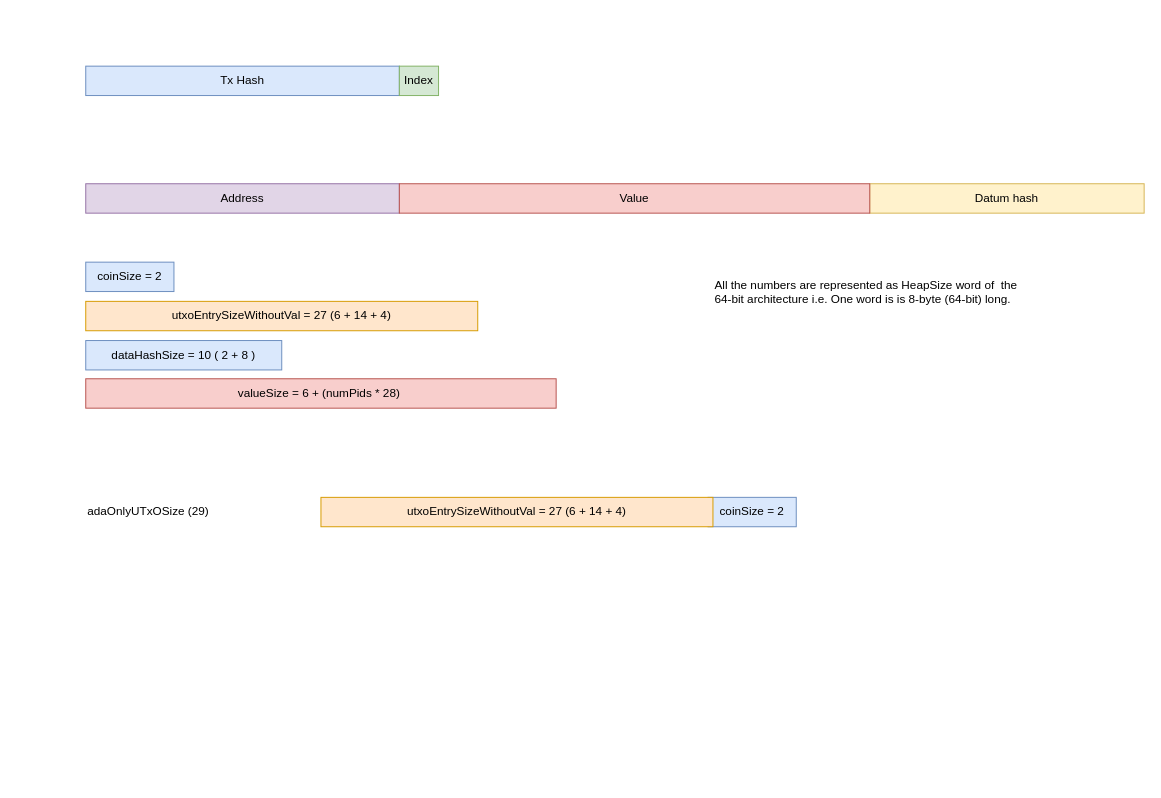
ilap/ShelleyStuffs keeps this draw.io diagram as diagrams/minUTXO.drawio. Above is the earlier version. Source tidied: cells renumbered, new cells numbered last; positions are measured from the earlier drawing's top-left corner, leaving out a move shared by most shapes. Both pictures are drawn from the tidied source at 98%, with x=0, y=0 at pixel (85, 66).
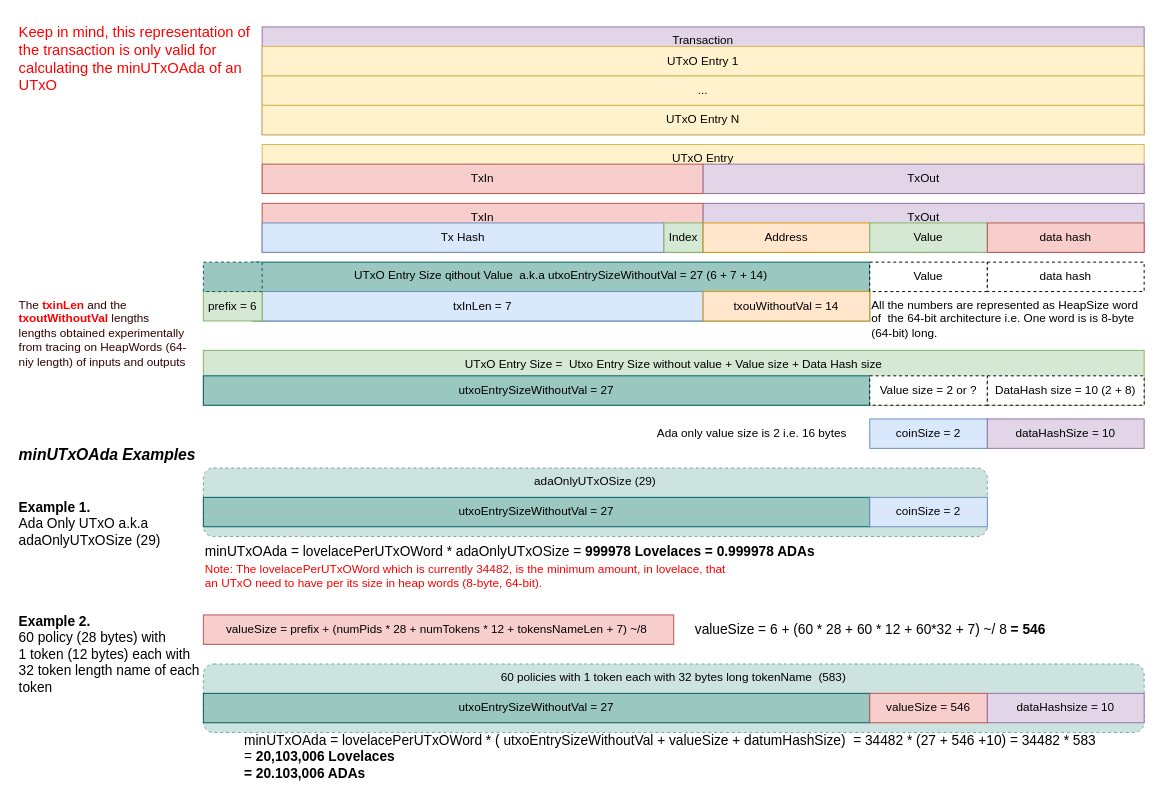
The same page after the edit.

What changed in the source:
```diff
@@
-    <mxCell id="2" value="Tx Hash" style="rounded=0;whiteSpace=wrap;html=1;fillColor=#dae8fc;strokeColor=#6c8ebf;align=center;" parent="1" vertex="1">
-      <mxGeometry width="320" height="30" as="geometry" />
-    </mxCell>
-    <mxCell id="3" value="Index" style="rounded=0;whiteSpace=wrap;html=1;fillColor=#d5e8d4;strokeColor=#82b366;align=center;" parent="1" vertex="1">
-      <mxGeometry x="320" width="40" height="30" as="geometry" />
-    </mxCell>
+    <mxCell id="15" value="60 policies with 1 token each with 32 bytes long tokenName&amp;nbsp; (583)" style="rounded=1;whiteSpace=wrap;html=1;align=center;verticalAlign=top;fillColor=#9AC7BF;strokeColor=#005E5E;opacity=50;dashed=1;" parent="1" vertex="1">
+      <mxGeometry x="120" y="610" width="960" height="70" as="geometry" />
+    </mxCell>
+    <mxCell id="16" value="adaOnlyUTxOSize (29)" style="rounded=1;whiteSpace=wrap;html=1;align=center;verticalAlign=top;fillColor=#9AC7BF;strokeColor=#005E5E;opacity=50;dashed=1;" parent="1" vertex="1">
+      <mxGeometry x="120" y="410" width="800" height="70" as="geometry" />
+    </mxCell>
+    <mxCell id="17" value="UTxO Entry Size =&amp;nbsp; Utxo Entry Size without value + Value size + Data Hash size" style="rounded=0;whiteSpace=wrap;html=1;align=center;verticalAlign=top;fillColor=#d5e8d4;strokeColor=#82b366;" parent="1" vertex="1">
+      <mxGeometry x="120" y="290" width="960" height="56" as="geometry" />
+    </mxCell>
+    <mxCell id="18" value="UTxO Entry" style="rounded=0;whiteSpace=wrap;html=1;fillColor=#fff2cc;strokeColor=#d6b656;align=center;verticalAlign=top;" parent="1" vertex="1">
+      <mxGeometry x="180" y="80" width="900" height="50" as="geometry" />
+    </mxCell>
-    <mxCell id="4" value="Address" style="rounded=0;whiteSpace=wrap;html=1;fillColor=#e1d5e7;strokeColor=#9673a6;align=center;" parent="1" vertex="1">
-      <mxGeometry y="120" width="320" height="30" as="geometry" />
+    <mxCell id="4" value="Transaction" style="rounded=0;whiteSpace=wrap;html=1;fillColor=#e1d5e7;strokeColor=#9673a6;align=center;verticalAlign=top;" parent="1" vertex="1">
+      <mxGeometry x="180" y="-40" width="900" height="110" as="geometry" />
     </mxCell>
-    <mxCell id="5" value="Datum hash" style="rounded=0;whiteSpace=wrap;html=1;fillColor=#fff2cc;strokeColor=#d6b656;align=center;" parent="1" vertex="1">
-      <mxGeometry x="800" y="120" width="280" height="30" as="geometry" />
+    <mxCell id="5" value="UTxO Entry 1" style="rounded=0;whiteSpace=wrap;html=1;fillColor=#fff2cc;strokeColor=#d6b656;align=center;" parent="1" vertex="1">
+      <mxGeometry x="180" y="-20" width="900" height="30" as="geometry" />
     </mxCell>
-    <mxCell id="6" value="Value" style="rounded=0;whiteSpace=wrap;html=1;fillColor=#f8cecc;strokeColor=#b85450;align=center;" parent="1" vertex="1">
-      <mxGeometry x="320" y="120" width="480" height="30" as="geometry" />
+    <mxCell id="6" value="TxIn" style="rounded=0;whiteSpace=wrap;html=1;fillColor=#f8cecc;strokeColor=#b85450;align=center;" parent="1" vertex="1">
+      <mxGeometry x="180" y="100" width="450" height="30" as="geometry" />
     </mxCell>
-    <mxCell id="7" value="utxoEntrySizeWithoutVal = 27 (6 + 14 + 4)" style="rounded=0;whiteSpace=wrap;html=1;fillColor=#ffe6cc;strokeColor=#d79b00;align=center;" parent="1" vertex="1">
-      <mxGeometry y="240" width="400" height="30" as="geometry" />
-    </mxCell>
-    <mxCell id="8" value="valueSize = 6 + (numPids * 28)&amp;nbsp;" style="rounded=0;whiteSpace=wrap;html=1;fillColor=#f8cecc;strokeColor=#b85450;align=center;" parent="1" vertex="1">
-      <mxGeometry y="319" width="480" height="30" as="geometry" />
+    <mxCell id="8" value="valueSize = prefix + (numPids * 28 + numTokens * 12 + tokensNameLen + 7) ~/8&amp;nbsp;" style="rounded=0;whiteSpace=wrap;html=1;fillColor=#f8cecc;strokeColor=#b85450;align=center;" parent="1" vertex="1">
+      <mxGeometry x="120" y="560" width="480" height="30" as="geometry" />
     </mxCell>
     <mxCell id="9" value="coinSize = 2" style="rounded=0;whiteSpace=wrap;html=1;fillColor=#dae8fc;strokeColor=#6c8ebf;align=center;" parent="1" vertex="1">
-      <mxGeometry y="200" width="90" height="30" as="geometry" />
+      <mxGeometry x="800" y="360" width="120" height="30" as="geometry" />
     </mxCell>
-    <mxCell id="10" value="dataHashSize = 10 ( 2 + 8 )" style="rounded=0;whiteSpace=wrap;html=1;fillColor=#dae8fc;strokeColor=#6c8ebf;align=center;" parent="1" vertex="1">
-      <mxGeometry y="280" width="200" height="30" as="geometry" />
+    <mxCell id="10" value="dataHashSize = 10" style="rounded=0;whiteSpace=wrap;html=1;fillColor=#e1d5e7;strokeColor=#9673a6;align=center;" parent="1" vertex="1">
+      <mxGeometry x="920" y="360" width="160" height="30" as="geometry" />
     </mxCell>
-    <mxCell id="11" value="adaOnlyUTxOSize (29)" style="text;whiteSpace=wrap;html=1;" parent="1" vertex="1">
-      <mxGeometry y="440" width="150" height="30" as="geometry" />
+    <mxCell id="11" value="Example 1. &lt;br&gt;&lt;span style=&quot;font-weight: normal&quot;&gt;Ada Only UTxO a.k.a adaOnlyUTxOSize (29)&lt;/span&gt;" style="text;whiteSpace=wrap;html=1;fontSize=14;fontStyle=1;" parent="1" vertex="1">
+      <mxGeometry x="-70" y="435" width="190" height="85" as="geometry" />
     </mxCell>
+    <mxCell id="14" value="All the numbers are represented as HeapSize word of&amp;nbsp; the 64-bit architecture i.e. One word is is 8-byte (64-bit) long." style="text;whiteSpace=wrap;html=1;" parent="1" vertex="1">
+      <mxGeometry x="800" y="230" width="280" height="54" as="geometry" />
+    </mxCell>
+    <mxCell id="19" value="TxOut" style="rounded=0;whiteSpace=wrap;html=1;fillColor=#e1d5e7;strokeColor=#9673a6;align=center;" parent="1" vertex="1">
+      <mxGeometry x="630" y="100" width="450" height="30" as="geometry" />
+    </mxCell>
+    <mxCell id="20" value="..." style="rounded=0;whiteSpace=wrap;html=1;fillColor=#fff2cc;strokeColor=#d6b656;align=center;" parent="1" vertex="1">
+      <mxGeometry x="180" y="10" width="900" height="30" as="geometry" />
+    </mxCell>
+    <mxCell id="21" value="UTxO Entry N" style="rounded=0;whiteSpace=wrap;html=1;fillColor=#fff2cc;strokeColor=#d6b656;align=center;" parent="1" vertex="1">
+      <mxGeometry x="180" y="40" width="900" height="30" as="geometry" />
+    </mxCell>
+    <mxCell id="22" value="TxIn" style="rounded=0;whiteSpace=wrap;html=1;fillColor=#f8cecc;strokeColor=#b85450;align=center;verticalAlign=top;" parent="1" vertex="1">
+      <mxGeometry x="180" y="140" width="450" height="50" as="geometry" />
+    </mxCell>
+    <mxCell id="2" value="Tx Hash" style="rounded=0;whiteSpace=wrap;html=1;fillColor=#dae8fc;strokeColor=#6c8ebf;align=center;" parent="1" vertex="1">
+      <mxGeometry x="180" y="160" width="410" height="30" as="geometry" />
+    </mxCell>
+    <mxCell id="3" value="Index" style="rounded=0;whiteSpace=wrap;html=1;fillColor=#d5e8d4;strokeColor=#82b366;align=center;" parent="1" vertex="1">
+      <mxGeometry x="590" y="160" width="40" height="30" as="geometry" />
+    </mxCell>
+    <mxCell id="23" value="TxOut" style="rounded=0;whiteSpace=wrap;html=1;fillColor=#e1d5e7;strokeColor=#9673a6;align=center;verticalAlign=top;" parent="1" vertex="1">
+      <mxGeometry x="630" y="140" width="450" height="50" as="geometry" />
+    </mxCell>
+    <mxCell id="24" value="Address" style="rounded=0;whiteSpace=wrap;html=1;fillColor=#ffe6cc;strokeColor=#d79b00;align=center;" parent="1" vertex="1">
+      <mxGeometry x="630" y="160" width="170" height="30" as="geometry" />
+    </mxCell>
+    <mxCell id="25" value="Value" style="rounded=0;whiteSpace=wrap;html=1;fillColor=#d5e8d4;strokeColor=#82b366;align=center;" parent="1" vertex="1">
+      <mxGeometry x="800" y="160" width="120" height="30" as="geometry" />
+    </mxCell>
+    <mxCell id="26" value="data hash" style="rounded=0;whiteSpace=wrap;html=1;fillColor=#f8cecc;strokeColor=#b85450;align=center;" parent="1" vertex="1">
+      <mxGeometry x="920" y="160" width="160" height="30" as="geometry" />
+    </mxCell>
+    <mxCell id="27" value="UTxO Entry Size qithout Value&amp;nbsp; a.k.a utxoEntrySizeWithoutVal = 27 (6 + 7 + 14)" style="rounded=0;whiteSpace=wrap;html=1;align=center;verticalAlign=top;fillColor=#9AC7BF;strokeColor=#005E5E;" parent="1" vertex="1">
+      <mxGeometry x="170" y="200" width="630" height="60" as="geometry" />
+    </mxCell>
+    <mxCell id="28" value="txInLen = 7" style="rounded=0;whiteSpace=wrap;html=1;fillColor=#dae8fc;strokeColor=#6c8ebf;align=center;" parent="1" vertex="1">
+      <mxGeometry x="180" y="230" width="450" height="30" as="geometry" />
+    </mxCell>
+    <mxCell id="29" value="prefix = 6" style="rounded=0;whiteSpace=wrap;html=1;fillColor=#d5e8d4;strokeColor=#82b366;align=center;" parent="1" vertex="1">
+      <mxGeometry x="120" y="230" width="60" height="30" as="geometry" />
+    </mxCell>
+    <mxCell id="30" value="txouWithoutVal = 14" style="rounded=0;whiteSpace=wrap;html=1;fillColor=#ffe6cc;strokeColor=#d79b00;align=center;" parent="1" vertex="1">
+      <mxGeometry x="630" y="230" width="170" height="30" as="geometry" />
+    </mxCell>
+    <mxCell id="31" value="utxoEntrySizeWithoutVal = 27" style="rounded=0;whiteSpace=wrap;html=1;align=center;verticalAlign=middle;fillColor=#9AC7BF;strokeColor=#005E5E;" parent="1" vertex="1">
+      <mxGeometry x="120" y="316" width="680" height="30" as="geometry" />
+    </mxCell>
+    <mxCell id="32" value="Value" style="rounded=0;whiteSpace=wrap;html=1;align=center;dashed=1;" parent="1" vertex="1">
+      <mxGeometry x="800" y="200" width="120" height="30" as="geometry" />
+    </mxCell>
+    <mxCell id="33" value="data hash" style="rounded=0;whiteSpace=wrap;html=1;align=center;dashed=1;" parent="1" vertex="1">
+      <mxGeometry x="920" y="200" width="160" height="30" as="geometry" />
+    </mxCell>
+    <mxCell id="34" value="Value size = 2 or ?" style="rounded=0;whiteSpace=wrap;html=1;align=center;dashed=1;" parent="1" vertex="1">
+      <mxGeometry x="800" y="316" width="120" height="30" as="geometry" />
+    </mxCell>
+    <mxCell id="35" value="DataHash size = 10 (2 + 8)" style="rounded=0;whiteSpace=wrap;html=1;align=center;dashed=1;" parent="1" vertex="1">
+      <mxGeometry x="920" y="316" width="160" height="30" as="geometry" />
+    </mxCell>
+    <mxCell id="36" value="&lt;b style=&quot;font-size: 14px&quot;&gt;Example 2.&lt;/b&gt;&lt;br style=&quot;font-size: 14px&quot;&gt;60 policy (28 bytes) with&lt;br style=&quot;font-size: 14px&quot;&gt;&lt;div style=&quot;font-size: 14px&quot;&gt;&lt;span style=&quot;font-size: 14px&quot;&gt;1 token (12 bytes) each with&amp;nbsp;&lt;/span&gt;&lt;/div&gt;&lt;div style=&quot;font-size: 14px&quot;&gt;&lt;span style=&quot;font-size: 14px&quot;&gt;32 token length name of each token&lt;/span&gt;&lt;/div&gt;" style="text;html=1;strokeColor=none;fillColor=none;align=left;verticalAlign=middle;whiteSpace=wrap;rounded=0;dashed=1;fontSize=14;" parent="1" vertex="1">
+      <mxGeometry x="-70" y="550" width="190" height="100" as="geometry" />
+    </mxCell>
+    <mxCell id="37" style="rounded=0;whiteSpace=wrap;html=1;align=center;verticalAlign=top;fillColor=#9AC7BF;strokeColor=#005E5E;dashed=1;" parent="1" vertex="1">
+      <mxGeometry x="120" y="200" width="60" height="30" as="geometry" />
+    </mxCell>
+    <mxCell id="38" value="utxoEntrySizeWithoutVal = 27" style="rounded=0;whiteSpace=wrap;html=1;align=center;verticalAlign=middle;fillColor=#9AC7BF;strokeColor=#005E5E;" parent="1" vertex="1">
+      <mxGeometry x="120" y="440" width="680" height="30" as="geometry" />
+    </mxCell>
     <mxCell id="12" value="coinSize = 2" style="rounded=0;whiteSpace=wrap;html=1;fillColor=#dae8fc;strokeColor=#6c8ebf;align=center;" parent="1" vertex="1">
-      <mxGeometry x="635" y="440" width="90" height="30" as="geometry" />
+      <mxGeometry x="800" y="440" width="120" height="30" as="geometry" />
     </mxCell>
-    <mxCell id="13" value="utxoEntrySizeWithoutVal = 27 (6 + 14 + 4)" style="rounded=0;whiteSpace=wrap;html=1;fillColor=#ffe6cc;strokeColor=#d79b00;align=center;" parent="1" vertex="1">
-      <mxGeometry x="240" y="440" width="400" height="30" as="geometry" />
-    </mxCell>
-    <mxCell id="14" value="All the numbers are represented as HeapSize word of&amp;nbsp; the 64-bit architecture i.e. One word is is 8-byte (64-bit) long." style="text;whiteSpace=wrap;html=1;" parent="1" vertex="1">
-      <mxGeometry x="640" y="210" width="320" height="80" as="geometry" />
-    </mxCell>
+    <mxCell id="39" value="utxoEntrySizeWithoutVal = 27" style="rounded=0;whiteSpace=wrap;html=1;align=center;verticalAlign=middle;fillColor=#9AC7BF;strokeColor=#005E5E;" parent="1" vertex="1">
+      <mxGeometry x="120" y="640" width="680" height="30" as="geometry" />
+    </mxCell>
+    <mxCell id="40" value="valueSize = 546" style="rounded=0;whiteSpace=wrap;html=1;fillColor=#f8cecc;strokeColor=#b85450;align=center;" parent="1" vertex="1">
+      <mxGeometry x="800" y="640" width="120" height="30" as="geometry" />
+    </mxCell>
+    <mxCell id="41" value="dataHashsize = 10" style="rounded=0;whiteSpace=wrap;html=1;fillColor=#e1d5e7;strokeColor=#9673a6;align=center;" parent="1" vertex="1">
+      <mxGeometry x="920" y="640" width="160" height="30" as="geometry" />
+    </mxCell>
+    <mxCell id="42" value="minUTxOAda Examples" style="text;whiteSpace=wrap;html=1;fontSize=16;fontStyle=3;" parent="1" vertex="1">
+      <mxGeometry x="-70" y="380" width="220" height="30" as="geometry" />
+    </mxCell>
+    <mxCell id="43" value="&lt;span style=&quot;font-weight: normal&quot;&gt;minUTxOAda =&amp;nbsp;lovelacePerUTxOWord * adaOnlyUTxOSize&lt;/span&gt;&lt;span style=&quot;font-size: 14px&quot;&gt;&lt;span style=&quot;font-weight: normal&quot;&gt;&amp;nbsp;=&lt;/span&gt; 999978 Lovelaces = 0.999978 ADAs&lt;/span&gt;" style="text;whiteSpace=wrap;html=1;verticalAlign=middle;align=left;fontSize=14;fontStyle=1;" parent="1" vertex="1">
+      <mxGeometry x="120" y="480" width="760" height="30" as="geometry" />
+    </mxCell>
+    <mxCell id="44" value="&lt;span style=&quot;font-weight: normal&quot;&gt;minUTxOAda =&amp;nbsp;lovelacePerUTxOWord * ( utxoEntrySizeWithoutVal + valueSize + datumHashSize)&amp;nbsp; = 34482 * (27 + 546 +10) = 34482 * 583&lt;br&gt;= &lt;/span&gt;20,103,006 Lovelaces &lt;br&gt;= 20.103,006 ADAs&amp;nbsp;" style="text;whiteSpace=wrap;html=1;verticalAlign=middle;align=left;fontSize=14;fontStyle=1;" parent="1" vertex="1">
+      <mxGeometry x="160" y="680" width="920" height="50" as="geometry" />
+    </mxCell>
+    <mxCell id="45" value="&lt;span style=&quot;font-weight: normal&quot;&gt;valueSize =&amp;nbsp;6 + (60 * 28 + 60 * 12 + 60*32 + 7) ~/ 8&lt;/span&gt;&amp;nbsp;&lt;span style=&quot;font-size: 14px&quot;&gt;= 546&lt;/span&gt;" style="text;whiteSpace=wrap;html=1;verticalAlign=middle;align=left;fontSize=14;fontStyle=1;" parent="1" vertex="1">
+      <mxGeometry x="620" y="560" width="450" height="30" as="geometry" />
+    </mxCell>
+    <mxCell id="46" value="Keep in mind, this representation of the transaction is only valid for calculating the minUTxOAda of an UTxO" style="text;html=1;strokeColor=none;fillColor=none;align=left;verticalAlign=top;whiteSpace=wrap;rounded=0;dashed=1;fontSize=15;fontColor=#FF0000;opacity=50;" parent="1" vertex="1">
+      <mxGeometry x="-70" y="-50" width="240" height="170" as="geometry" />
+    </mxCell>
+    <mxCell id="47" value="Ada only value size is 2 i.e. 16 bytes" style="text;html=1;strokeColor=none;fillColor=none;align=center;verticalAlign=middle;whiteSpace=wrap;rounded=0;dashed=1;fontSize=12;opacity=50;" parent="1" vertex="1">
+      <mxGeometry x="570" y="360" width="220" height="30" as="geometry" />
+    </mxCell>
+    <mxCell id="48" value="Note: The lovelacePerUTxOWord which is currently 34482, is the minimum amount, in lovelace, that&amp;nbsp;&lt;br&gt;an UTxO need to have per its size in heap words (8-byte, 64-bit)." style="text;whiteSpace=wrap;html=1;fontSize=12;fontColor=#FF0000;" parent="1" vertex="1">
+      <mxGeometry x="120" y="500" width="550" height="50" as="geometry" />
+    </mxCell>
+    <mxCell id="49" value="&lt;font color=&quot;#330000&quot;&gt;The &lt;/font&gt;&lt;b&gt;txinLen&lt;/b&gt;&lt;font color=&quot;#330000&quot;&gt; and the &lt;/font&gt;&lt;b&gt;txoutWithoutVal&lt;/b&gt;&lt;font color=&quot;#330000&quot;&gt; lengths&lt;/font&gt;&lt;br&gt;&lt;font color=&quot;#330000&quot;&gt;lengths obtained experimentally from tracing on HeapWords (64-niy length) of inputs and outputs&lt;/font&gt;&lt;br&gt;" style="text;html=1;strokeColor=none;fillColor=none;align=left;verticalAlign=top;whiteSpace=wrap;rounded=0;dashed=1;fontSize=12;fontColor=#FF0000;opacity=50;" parent="1" vertex="1">
+      <mxGeometry x="-70" y="230" width="180" height="100" as="geometry" />
+    </mxCell>
```
